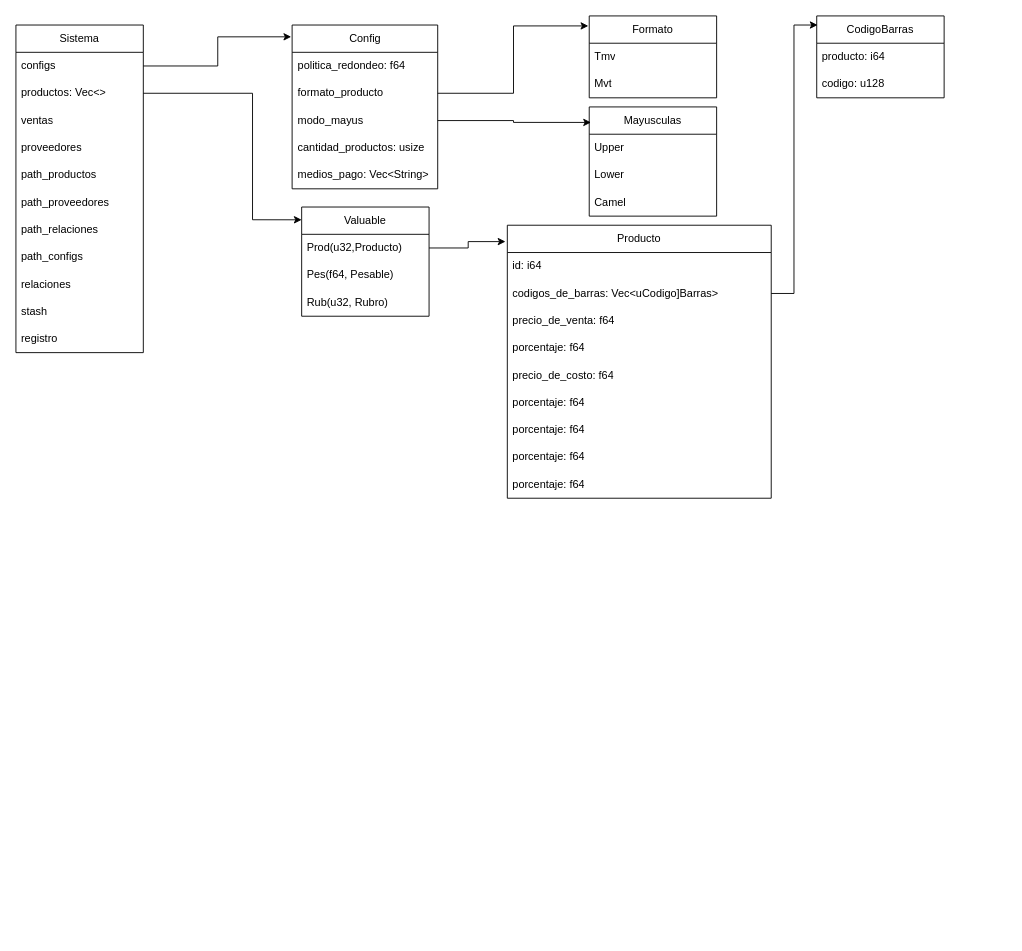
This is Diagrama del Sistema.drawio from RstyDev/SlintProject, a draw.io file, before an edit. Source tidied: cells renumbered, new cells numbered last; positions are measured from the earlier drawing's top-left corner, leaving out a move shared by most shapes. Both pictures are drawn from the tidied source at 91%, with x=0, y=0 at pixel (15, 15).
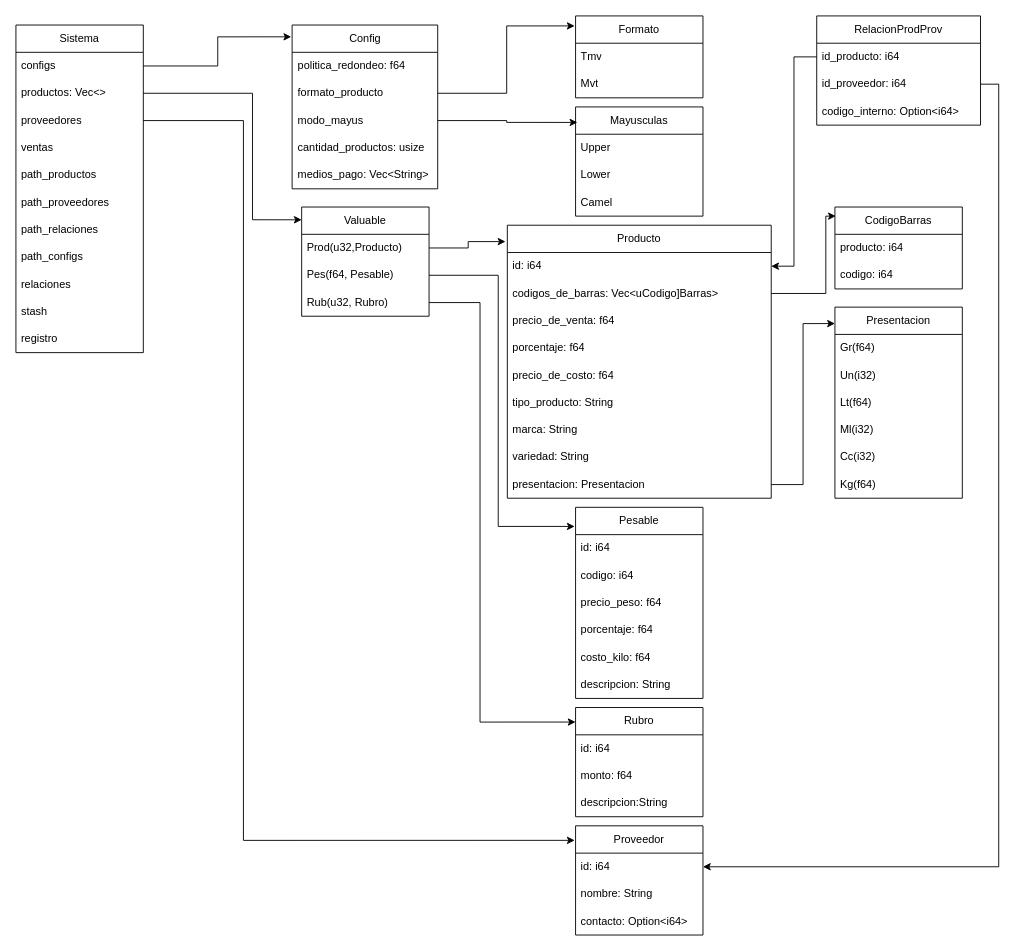
Above is the later version.

The change refers to these unchanged cells:
```xml
<mxCell id="2" value="Sistema" style="swimlane;fontStyle=0;horizontal=1;startSize=30;whiteSpace=wrap;html=1;" parent="1" vertex="1">
  <mxGeometry y="10" width="140" height="360" as="geometry" />
</mxCell>
<mxCell id="32" value="Pes(f64, Pesable)" style="text;strokeColor=none;fillColor=none;align=left;verticalAlign=middle;spacingLeft=4;spacingRight=4;overflow=hidden;points=[[0,0.5],[1,0.5]];portConstraint=eastwest;whiteSpace=wrap;html=1;" parent="30" vertex="1">
  <mxGeometry y="60" width="140" height="30" as="geometry" />
</mxCell>
<mxCell id="33" value="Rub(u32, Rubro)" style="text;strokeColor=none;fillColor=none;align=left;verticalAlign=middle;spacingLeft=4;spacingRight=4;overflow=hidden;points=[[0,0.5],[1,0.5]];portConstraint=eastwest;whiteSpace=wrap;html=1;" parent="30" vertex="1">
  <mxGeometry y="90" width="140" height="30" as="geometry" />
</mxCell>
<mxCell id="35" value="Producto" style="swimlane;fontStyle=0;horizontal=1;startSize=30;whiteSpace=wrap;html=1;" parent="1" vertex="1">
  <mxGeometry x="540" y="230" width="290" height="300" as="geometry" />
</mxCell>
<mxCell id="36" value="id: i64" style="text;strokeColor=none;fillColor=none;align=left;verticalAlign=middle;spacingLeft=4;spacingRight=4;overflow=hidden;points=[[0,0.5],[1,0.5]];portConstraint=eastwest;whiteSpace=wrap;html=1;" parent="35" vertex="1">
  <mxGeometry y="30" width="290" height="30" as="geometry" />
</mxCell>
<mxCell id="37" value="codigos_de_barras: Vec&amp;lt;uCodigo]Barras&amp;gt;" style="text;strokeColor=none;fillColor=none;align=left;verticalAlign=middle;spacingLeft=4;spacingRight=4;overflow=hidden;points=[[0,0.5],[1,0.5]];portConstraint=eastwest;whiteSpace=wrap;html=1;" parent="35" vertex="1">
  <mxGeometry y="60" width="290" height="30" as="geometry" />
</mxCell>
```

Change to the diagram source:
```diff
@@
+    <mxCell id="6" value="&lt;div&gt;proveedores&lt;/div&gt;" style="text;strokeColor=none;fillColor=none;align=left;verticalAlign=middle;spacingLeft=4;spacingRight=4;overflow=hidden;points=[[0,0.5],[1,0.5]];portConstraint=eastwest;whiteSpace=wrap;html=1;" parent="2" vertex="1">
+      <mxGeometry y="90" width="140" height="30" as="geometry" />
+    </mxCell>
     <mxCell id="5" value="ventas" style="text;strokeColor=none;fillColor=none;align=left;verticalAlign=middle;spacingLeft=4;spacingRight=4;overflow=hidden;whiteSpace=wrap;html=1;" parent="2" vertex="1">
-      <mxGeometry y="90" width="140" height="30" as="geometry" />
+      <mxGeometry y="120" width="140" height="30" as="geometry" />
     </mxCell>
-    <mxCell id="6" value="&lt;div&gt;proveedores&lt;/div&gt;" style="text;strokeColor=none;fillColor=none;align=left;verticalAlign=middle;spacingLeft=4;spacingRight=4;overflow=hidden;points=[[0,0.5],[1,0.5]];portConstraint=eastwest;whiteSpace=wrap;html=1;" parent="2" vertex="1">
-      <mxGeometry y="120" width="140" height="30" as="geometry" />
-    </mxCell>
@@
     <mxCell id="21" value="Formato" style="swimlane;fontStyle=0;horizontal=1;startSize=30;whiteSpace=wrap;html=1;" parent="1" vertex="1">
-      <mxGeometry x="630" width="140" height="90" as="geometry" />
+      <mxGeometry x="615" width="140" height="90" as="geometry" />
     </mxCell>
@@
     <mxCell id="25" value="Mayusculas" style="swimlane;fontStyle=0;horizontal=1;startSize=30;whiteSpace=wrap;html=1;" parent="1" vertex="1">
-      <mxGeometry x="630" y="100" width="140" height="120" as="geometry" />
+      <mxGeometry x="615" y="100" width="140" height="120" as="geometry" />
     </mxCell>
@@
-    <mxCell id="41" value="porcentaje: f64" style="text;strokeColor=none;fillColor=none;align=left;verticalAlign=middle;spacingLeft=4;spacingRight=4;overflow=hidden;whiteSpace=wrap;html=1;" parent="35" vertex="1">
+    <mxCell id="41" value="tipo_producto: String" style="text;strokeColor=none;fillColor=none;align=left;verticalAlign=middle;spacingLeft=4;spacingRight=4;overflow=hidden;whiteSpace=wrap;html=1;" parent="35" vertex="1">
       <mxGeometry y="180" width="290" height="30" as="geometry" />
     </mxCell>
-    <mxCell id="42" value="porcentaje: f64" style="text;strokeColor=none;fillColor=none;align=left;verticalAlign=middle;spacingLeft=4;spacingRight=4;overflow=hidden;whiteSpace=wrap;html=1;" parent="35" vertex="1">
+    <mxCell id="42" value="&lt;div&gt;marca: String&lt;/div&gt;" style="text;strokeColor=none;fillColor=none;align=left;verticalAlign=middle;spacingLeft=4;spacingRight=4;overflow=hidden;whiteSpace=wrap;html=1;" parent="35" vertex="1">
       <mxGeometry y="210" width="290" height="30" as="geometry" />
     </mxCell>
-    <mxCell id="43" value="porcentaje: f64" style="text;strokeColor=none;fillColor=none;align=left;verticalAlign=middle;spacingLeft=4;spacingRight=4;overflow=hidden;whiteSpace=wrap;html=1;" parent="35" vertex="1">
-      <mxGeometry y="240" width="290" height="30" as="geometry" />
-    </mxCell>
-    <mxCell id="44" value="porcentaje: f64" style="text;strokeColor=none;fillColor=none;align=left;verticalAlign=middle;spacingLeft=4;spacingRight=4;overflow=hidden;whiteSpace=wrap;html=1;" parent="35" vertex="1">
-      <mxGeometry y="270" width="290" height="30" as="geometry" />
+    <mxCell id="44" value="&lt;div&gt;variedad: String&lt;/div&gt;" style="text;strokeColor=none;fillColor=none;align=left;verticalAlign=middle;spacingLeft=4;spacingRight=4;overflow=hidden;whiteSpace=wrap;html=1;" parent="35" vertex="1">
+      <mxGeometry y="240" width="290" height="30" as="geometry" />
     </mxCell>
+    <mxCell id="50" value="presentacion: Presentacion" style="text;strokeColor=none;fillColor=none;align=left;verticalAlign=middle;spacingLeft=4;spacingRight=4;overflow=hidden;points=[[0,0.5],[1,0.5]];portConstraint=eastwest;whiteSpace=wrap;html=1;" parent="35" vertex="1">
+      <mxGeometry y="270" width="290" height="30" as="geometry" />
+    </mxCell>
     <mxCell id="45" value="&lt;div&gt;CodigoBarras&lt;/div&gt;" style="swimlane;fontStyle=0;horizontal=1;startSize=30;whiteSpace=wrap;html=1;" parent="1" vertex="1">
-      <mxGeometry x="880" width="140" height="90" as="geometry" />
+      <mxGeometry x="900" y="210" width="140" height="90" as="geometry" />
     </mxCell>
@@
-    <mxCell id="47" value="codigo: u128" style="text;strokeColor=none;fillColor=none;align=left;verticalAlign=middle;spacingLeft=4;spacingRight=4;overflow=hidden;whiteSpace=wrap;html=1;" parent="45" vertex="1">
+    <mxCell id="47" value="codigo: i64" style="text;strokeColor=none;fillColor=none;align=left;verticalAlign=middle;spacingLeft=4;spacingRight=4;overflow=hidden;whiteSpace=wrap;html=1;" parent="45" vertex="1">
       <mxGeometry y="60" width="140" height="30" as="geometry" />
     </mxCell>
     <mxCell id="48" style="edgeStyle=orthogonalEdgeStyle;rounded=0;jettySize=auto;html=1;entryX=0.007;entryY=0.111;entryDx=0;entryDy=0;entryPerimeter=0;" parent="1" edge="1" source="37" target="45">
-      <mxGeometry relative="1" as="geometry" />
+      <mxGeometry relative="1" as="geometry">
+        <Array as="points">
+          <mxPoint x="890" y="305" />
+          <mxPoint x="890" y="220" />
+        </Array>
+      </mxGeometry>
     </mxCell>
@@
+    <mxCell id="51" value="Presentacion" style="swimlane;fontStyle=0;horizontal=1;startSize=30;whiteSpace=wrap;html=1;" parent="1" vertex="1">
+      <mxGeometry x="900" y="320" width="140" height="210" as="geometry" />
+    </mxCell>
+    <mxCell id="52" value="Gr(f64)" style="text;strokeColor=none;fillColor=none;align=left;verticalAlign=middle;spacingLeft=4;spacingRight=4;overflow=hidden;whiteSpace=wrap;html=1;" parent="51" vertex="1">
+      <mxGeometry y="30" width="140" height="30" as="geometry" />
+    </mxCell>
+    <mxCell id="53" value="Un(i32)" style="text;strokeColor=none;fillColor=none;align=left;verticalAlign=middle;spacingLeft=4;spacingRight=4;overflow=hidden;whiteSpace=wrap;html=1;" parent="51" vertex="1">
+      <mxGeometry y="60" width="140" height="30" as="geometry" />
+    </mxCell>
+    <mxCell id="54" value="Lt(f64)" style="text;strokeColor=none;fillColor=none;align=left;verticalAlign=middle;spacingLeft=4;spacingRight=4;overflow=hidden;whiteSpace=wrap;html=1;" parent="51" vertex="1">
+      <mxGeometry y="90" width="140" height="30" as="geometry" />
+    </mxCell>
+    <mxCell id="55" value="Ml(i32)" style="text;strokeColor=none;fillColor=none;align=left;verticalAlign=middle;spacingLeft=4;spacingRight=4;overflow=hidden;whiteSpace=wrap;html=1;" parent="51" vertex="1">
+      <mxGeometry y="120" width="140" height="30" as="geometry" />
+    </mxCell>
+    <mxCell id="56" value="Cc(i32)" style="text;strokeColor=none;fillColor=none;align=left;verticalAlign=middle;spacingLeft=4;spacingRight=4;overflow=hidden;whiteSpace=wrap;html=1;" parent="51" vertex="1">
+      <mxGeometry y="150" width="140" height="30" as="geometry" />
+    </mxCell>
+    <mxCell id="57" value="Kg(f64)" style="text;strokeColor=none;fillColor=none;align=left;verticalAlign=middle;spacingLeft=4;spacingRight=4;overflow=hidden;whiteSpace=wrap;html=1;" parent="51" vertex="1">
+      <mxGeometry y="180" width="140" height="30" as="geometry" />
+    </mxCell>
+    <mxCell id="58" style="edgeStyle=orthogonalEdgeStyle;rounded=0;jettySize=auto;html=1;entryX=0;entryY=0.086;entryDx=0;entryDy=0;entryPerimeter=0;" parent="1" edge="1" source="50" target="51">
+      <mxGeometry relative="1" as="geometry" />
+    </mxCell>
+    <mxCell id="59" value="Pesable" style="swimlane;fontStyle=0;horizontal=1;startSize=30;whiteSpace=wrap;html=1;" parent="1" vertex="1">
+      <mxGeometry x="615" y="540" width="140" height="210" as="geometry" />
+    </mxCell>
+    <mxCell id="60" value="id: i64" style="text;strokeColor=none;fillColor=none;align=left;verticalAlign=middle;spacingLeft=4;spacingRight=4;overflow=hidden;whiteSpace=wrap;html=1;" parent="59" vertex="1">
+      <mxGeometry y="30" width="140" height="30" as="geometry" />
+    </mxCell>
+    <mxCell id="61" value="codigo: i64" style="text;strokeColor=none;fillColor=none;align=left;verticalAlign=middle;spacingLeft=4;spacingRight=4;overflow=hidden;whiteSpace=wrap;html=1;" parent="59" vertex="1">
+      <mxGeometry y="60" width="140" height="30" as="geometry" />
+    </mxCell>
+    <mxCell id="62" value="precio_peso: f64" style="text;strokeColor=none;fillColor=none;align=left;verticalAlign=middle;spacingLeft=4;spacingRight=4;overflow=hidden;whiteSpace=wrap;html=1;" parent="59" vertex="1">
+      <mxGeometry y="90" width="140" height="30" as="geometry" />
+    </mxCell>
+    <mxCell id="43" value="porcentaje: f64" style="text;strokeColor=none;fillColor=none;align=left;verticalAlign=middle;spacingLeft=4;spacingRight=4;overflow=hidden;whiteSpace=wrap;html=1;" parent="59" vertex="1">
+      <mxGeometry y="120" width="140" height="30" as="geometry" />
+    </mxCell>
+    <mxCell id="63" value="costo_kilo: f64" style="text;strokeColor=none;fillColor=none;align=left;verticalAlign=middle;spacingLeft=4;spacingRight=4;overflow=hidden;whiteSpace=wrap;html=1;" parent="59" vertex="1">
+      <mxGeometry y="150" width="140" height="30" as="geometry" />
+    </mxCell>
+    <mxCell id="64" value="descripcion: String" style="text;strokeColor=none;fillColor=none;align=left;verticalAlign=middle;spacingLeft=4;spacingRight=4;overflow=hidden;whiteSpace=wrap;html=1;" parent="59" vertex="1">
+      <mxGeometry y="180" width="140" height="30" as="geometry" />
+    </mxCell>
+    <mxCell id="65" style="edgeStyle=orthogonalEdgeStyle;rounded=0;jettySize=auto;html=1;entryX=-0.007;entryY=0.1;entryDx=0;entryDy=0;entryPerimeter=0;" parent="1" edge="1" source="32" target="59">
+      <mxGeometry relative="1" as="geometry">
+        <Array as="points">
+          <mxPoint x="530" y="285" />
+          <mxPoint x="530" y="561" />
+        </Array>
+      </mxGeometry>
+    </mxCell>
+    <mxCell id="66" value="Rubro" style="swimlane;fontStyle=0;horizontal=1;startSize=30;whiteSpace=wrap;html=1;" parent="1" vertex="1">
+      <mxGeometry x="615" y="760" width="140" height="120" as="geometry" />
+    </mxCell>
+    <mxCell id="67" value="id: i64" style="text;strokeColor=none;fillColor=none;align=left;verticalAlign=middle;spacingLeft=4;spacingRight=4;overflow=hidden;whiteSpace=wrap;html=1;" parent="66" vertex="1">
+      <mxGeometry y="30" width="140" height="30" as="geometry" />
+    </mxCell>
+    <mxCell id="68" value="&lt;div&gt;monto: f64&lt;/div&gt;" style="text;strokeColor=none;fillColor=none;align=left;verticalAlign=middle;spacingLeft=4;spacingRight=4;overflow=hidden;whiteSpace=wrap;html=1;" parent="66" vertex="1">
+      <mxGeometry y="60" width="140" height="30" as="geometry" />
+    </mxCell>
+    <mxCell id="69" value="descripcion:String" style="text;strokeColor=none;fillColor=none;align=left;verticalAlign=middle;spacingLeft=4;spacingRight=4;overflow=hidden;whiteSpace=wrap;html=1;" parent="66" vertex="1">
+      <mxGeometry y="90" width="140" height="30" as="geometry" />
+    </mxCell>
+    <mxCell id="70" style="edgeStyle=orthogonalEdgeStyle;rounded=0;jettySize=auto;html=1;entryX=0;entryY=0.133;entryDx=0;entryDy=0;entryPerimeter=0;" parent="1" edge="1" source="33" target="66">
+      <mxGeometry relative="1" as="geometry">
+        <Array as="points">
+          <mxPoint x="510" y="315" />
+          <mxPoint x="510" y="776" />
+        </Array>
+      </mxGeometry>
+    </mxCell>
+    <mxCell id="71" value="RelacionProdProv" style="swimlane;fontStyle=0;horizontal=1;startSize=30;whiteSpace=wrap;html=1;" parent="1" vertex="1">
+      <mxGeometry x="880" width="180" height="120" as="geometry" />
+    </mxCell>
+    <mxCell id="72" value="id_producto: i64" style="text;strokeColor=none;fillColor=none;align=left;verticalAlign=middle;spacingLeft=4;spacingRight=4;overflow=hidden;points=[[0,0.5],[1,0.5]];portConstraint=eastwest;whiteSpace=wrap;html=1;" parent="71" vertex="1">
+      <mxGeometry y="30" width="180" height="30" as="geometry" />
+    </mxCell>
+    <mxCell id="73" value="id_proveedor: i64" style="text;strokeColor=none;fillColor=none;align=left;verticalAlign=middle;spacingLeft=4;spacingRight=4;overflow=hidden;points=[[0,0.5],[1,0.5]];portConstraint=eastwest;whiteSpace=wrap;html=1;" parent="71" vertex="1">
+      <mxGeometry y="60" width="180" height="30" as="geometry" />
+    </mxCell>
+    <mxCell id="74" value="codigo_interno: Option&amp;lt;i64&amp;gt;" style="text;strokeColor=none;fillColor=none;align=left;verticalAlign=middle;spacingLeft=4;spacingRight=4;overflow=hidden;whiteSpace=wrap;html=1;" parent="71" vertex="1">
+      <mxGeometry y="90" width="180" height="30" as="geometry" />
+    </mxCell>
+    <mxCell id="75" style="edgeStyle=orthogonalEdgeStyle;rounded=0;jettySize=auto;html=1;entryX=1;entryY=0.5;entryDx=0;entryDy=0;" parent="1" edge="1" source="72" target="36">
+      <mxGeometry relative="1" as="geometry" />
+    </mxCell>
+    <mxCell id="76" value="Proveedor" style="swimlane;fontStyle=0;horizontal=1;startSize=30;whiteSpace=wrap;html=1;" parent="1" vertex="1">
+      <mxGeometry x="615" y="890" width="140" height="120" as="geometry" />
+    </mxCell>
+    <mxCell id="77" value="id: i64" style="text;strokeColor=none;fillColor=none;align=left;verticalAlign=middle;spacingLeft=4;spacingRight=4;overflow=hidden;points=[[0,0.5],[1,0.5]];portConstraint=eastwest;whiteSpace=wrap;html=1;" parent="76" vertex="1">
+      <mxGeometry y="30" width="140" height="30" as="geometry" />
+    </mxCell>
+    <mxCell id="78" value="nombre: String" style="text;strokeColor=none;fillColor=none;align=left;verticalAlign=middle;spacingLeft=4;spacingRight=4;overflow=hidden;whiteSpace=wrap;html=1;" parent="76" vertex="1">
+      <mxGeometry y="60" width="140" height="30" as="geometry" />
+    </mxCell>
+    <mxCell id="79" value="contacto: Option&amp;lt;i64&amp;gt;" style="text;strokeColor=none;fillColor=none;align=left;verticalAlign=middle;spacingLeft=4;spacingRight=4;overflow=hidden;whiteSpace=wrap;html=1;" parent="76" vertex="1">
+      <mxGeometry y="90" width="140" height="30" as="geometry" />
+    </mxCell>
+    <mxCell id="80" style="edgeStyle=orthogonalEdgeStyle;rounded=0;jettySize=auto;html=1;entryX=-0.007;entryY=0.133;entryDx=0;entryDy=0;entryPerimeter=0;" parent="1" edge="1" source="6" target="76">
+      <mxGeometry relative="1" as="geometry">
+        <Array as="points">
+          <mxPoint x="250" y="115" />
+          <mxPoint x="250" y="906" />
+        </Array>
+      </mxGeometry>
+    </mxCell>
+    <mxCell id="81" style="edgeStyle=orthogonalEdgeStyle;rounded=0;jettySize=auto;html=1;entryX=1;entryY=0.5;entryDx=0;entryDy=0;" parent="1" edge="1" source="73" target="77">
+      <mxGeometry relative="1" as="geometry">
+        <Array as="points">
+          <mxPoint x="1080" y="75" />
+          <mxPoint x="1080" y="935" />
+        </Array>
+      </mxGeometry>
+    </mxCell>
```
